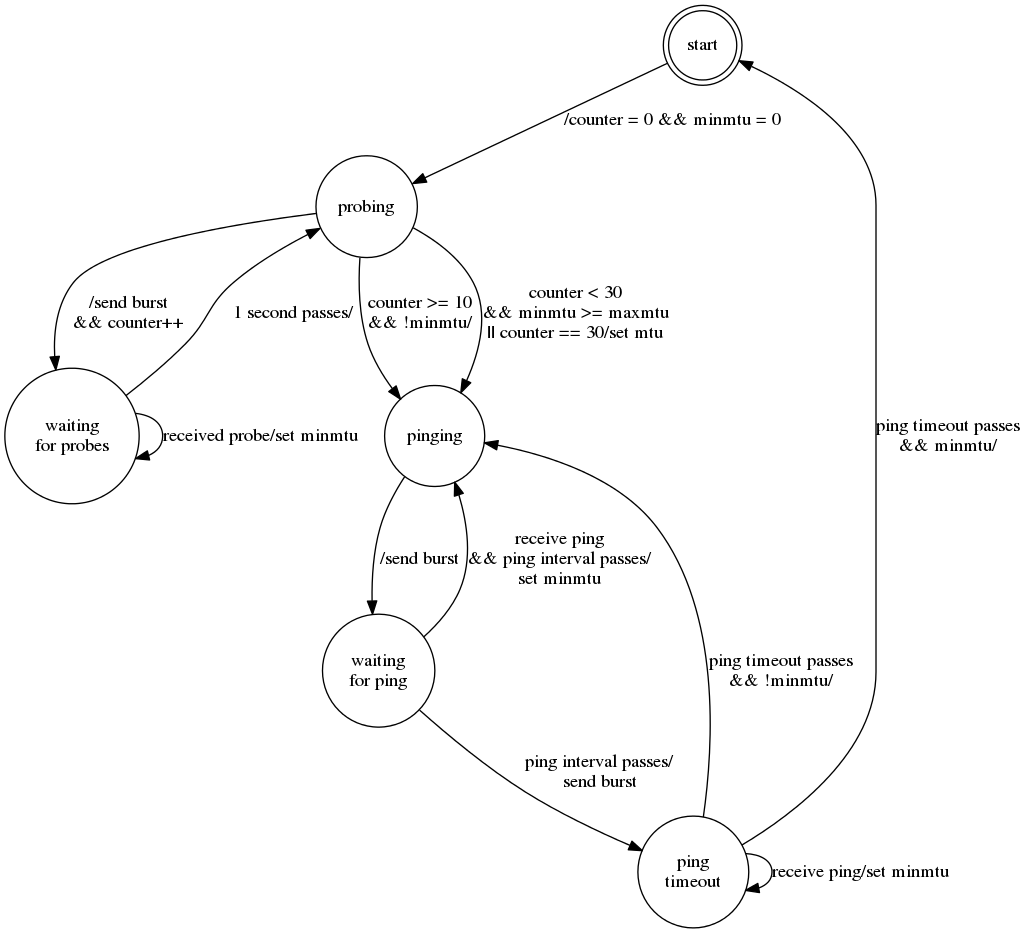
Above: doc/mtu_state_machine.png in gsliepen/tinc (Graphviz), before the change. Its source is kept beside it as doc/mtu_state_machine.dot.
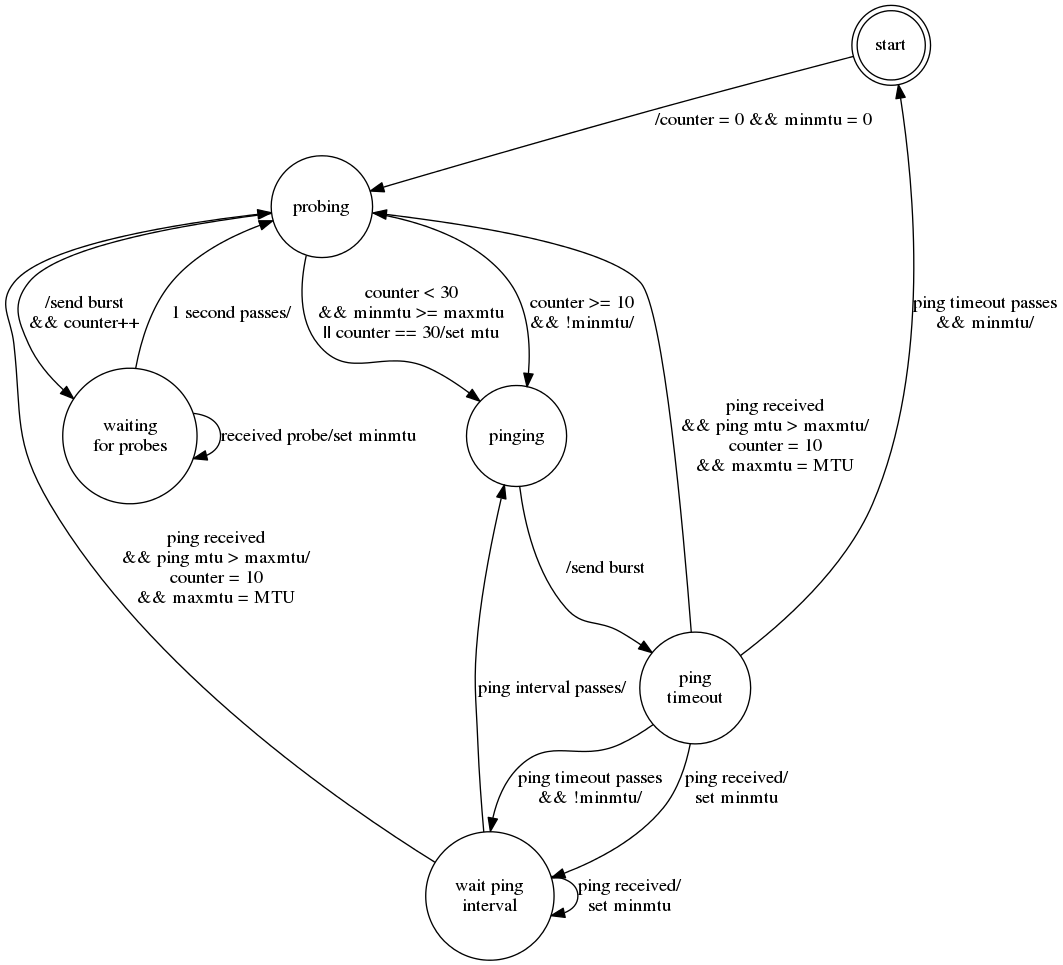
Above is the later version.

Commit message:
Rewrite of the mtu probing as a state machine

Diff of the diagram source:
```diff
@@ -8,7 +8,7 @@
 	w_probes [ label = "waiting\nfor probes" ];
 
 	ping [ label = "pinging" ];
-	w_ping [ label = "waiting\nfor ping" ];
+	w_ping [ label = "wait ping\ninterval" ];
 	to_ping [ label = "ping\ntimeout" ];
 
     start -> probes [ label = "/counter = 0 && minmtu = 0" ];
@@ -18,10 +18,12 @@
     probes -> ping [ label = "counter >= 10\n&& !minmtu/" ];
     probes -> ping [ label = "counter < 30\n&& minmtu >= maxmtu\n|| counter == 30/set mtu" ];
 
-    ping -> w_ping [ label = "/send burst", weight = 3 ];
-    w_ping -> to_ping [ label = "ping interval passes/\nsend burst" ];
-    w_ping -> ping [ label = "receive ping\n&& ping interval passes/\nset minmtu" ];
-    to_ping -> ping [ label = "ping timeout passes\n&& !minmtu/" ];
-    to_ping -> start [ label = "ping timeout passes\n&& minmtu/" ];
-    to_ping -> to_ping [ label = "receive ping/set minmtu" ];
+    ping -> to_ping [ label = "/send burst" ];
+    w_ping -> ping [ label = "ping interval passes/" ];
+    to_ping -> w_ping [ label = "ping timeout passes\n&& !minmtu/" ];
+    to_ping -> start [ label = "ping timeout passes\n&& minmtu/", weight = 2 ];
+    to_ping -> w_ping [ label = "ping received/\nset minmtu" ];
+    to_ping -> probes [ label = "ping received\n&& ping mtu > maxmtu/\ncounter = 10\n&& maxmtu = MTU" ];
+    w_ping -> probes [ label = "ping received\n&& ping mtu > maxmtu/\ncounter = 10\n&& maxmtu = MTU" ];
+    w_ping -> w_ping [ label = "ping received/\nset minmtu" ];
 }
```
